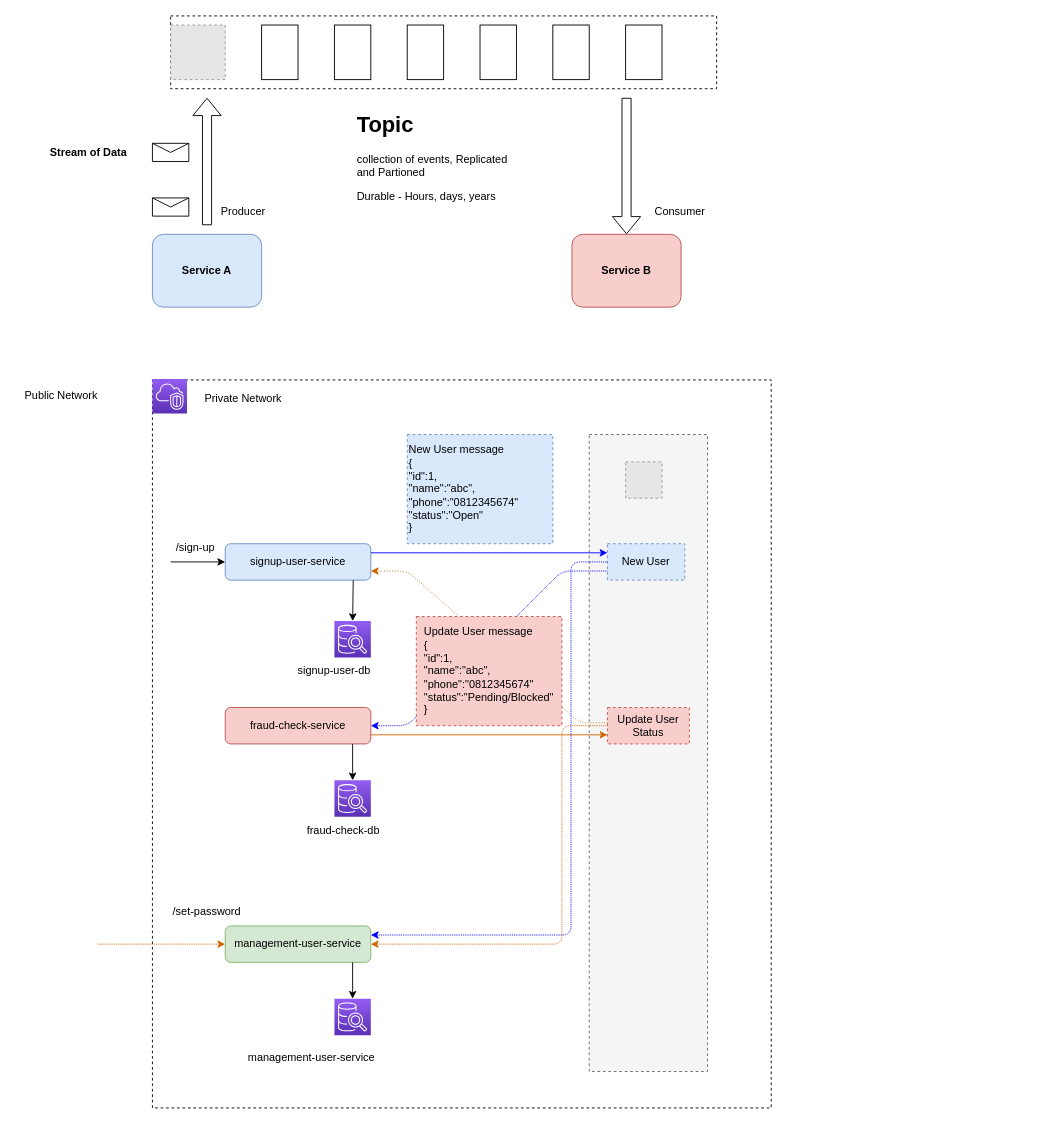
Above: kafka.drawio in josdoaitran/full-example-kafka-java-springboot (draw.io), before the change. Source tidied: cells renumbered, new cells numbered last; positions are measured from the earlier drawing's top-left corner, leaving out a move shared by most shapes. Both pictures are drawn from the tidied source at 91%, with x=0, y=0 at pixel (15, 15). Pictures stored in the file or linked from it are replaced by grey dashed boxes.
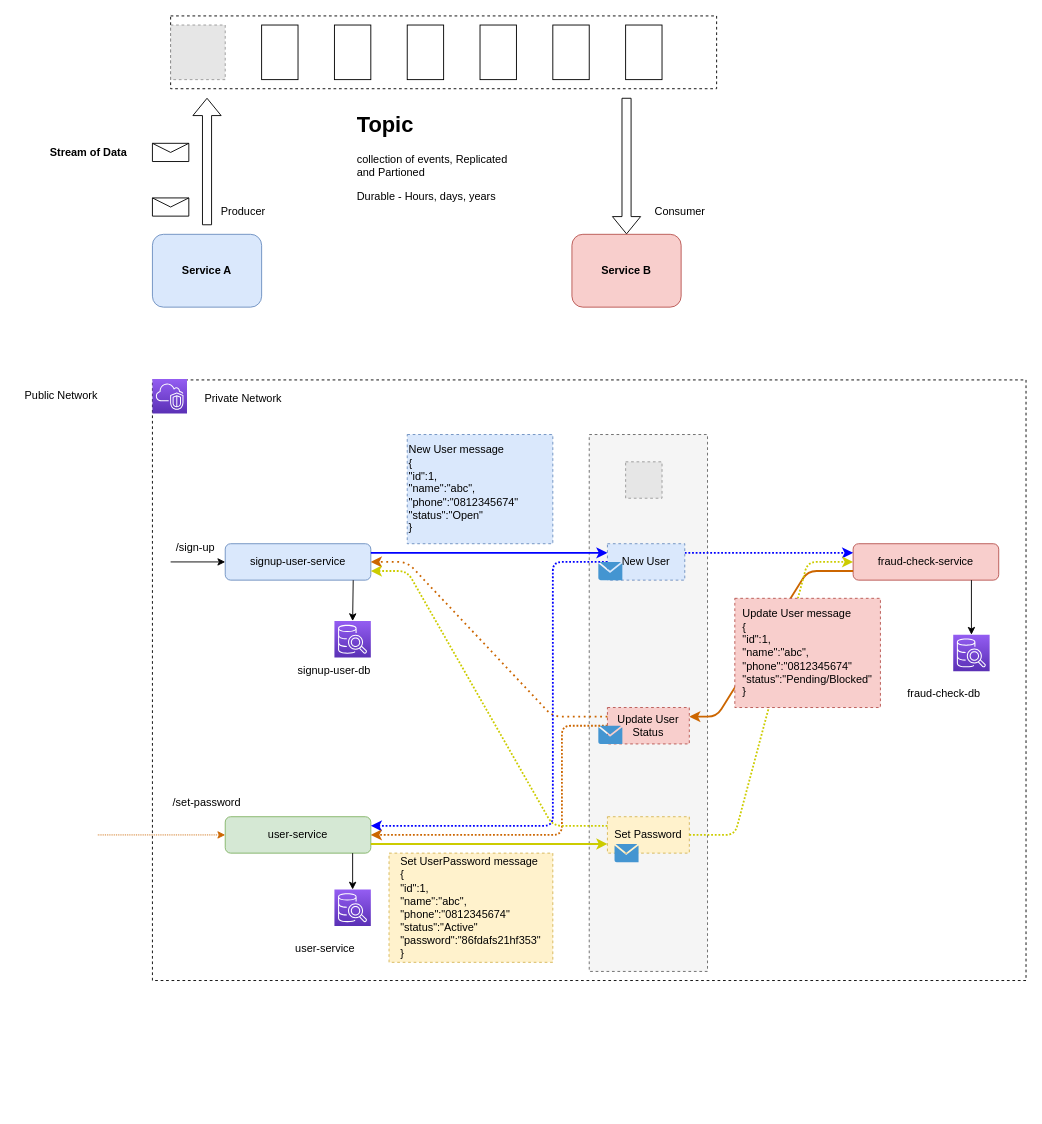
After the change.

Unchanged cells that the change refers to:
```xml
<mxCell id="3" value="&lt;span&gt;signup-user-service&lt;/span&gt;" style="rounded=1;whiteSpace=wrap;html=1;fillColor=#dae8fc;strokeColor=#6c8ebf;" parent="1" vertex="1">
  <mxGeometry x="230" y="580" width="160" height="40" as="geometry" />
</mxCell>
<mxCell id="37" value="New User" style="rounded=0;whiteSpace=wrap;html=1;dashed=1;fillColor=#dae8fc;strokeColor=#6c8ebf;" parent="1" vertex="1">
  <mxGeometry x="650" y="580" width="85" height="40" as="geometry" />
</mxCell>
<mxCell id="38" value="Update User Status" style="rounded=0;whiteSpace=wrap;html=1;dashed=1;fillColor=#f8cecc;strokeColor=#b85450;" parent="1" vertex="1">
  <mxGeometry x="650" y="760" width="90" height="40" as="geometry" />
</mxCell>
```

Diff of the diagram source:
```diff
@@
     <mxCell id="2" style="rounded=0;whiteSpace=wrap;html=1;fillColor=none;dashed=1;" parent="1" vertex="1">
-      <mxGeometry x="150" y="400" width="680" height="800" as="geometry" />
+      <mxGeometry x="150" y="400" width="960" height="660" as="geometry" />
     </mxCell>
@@
     <mxCell id="5" style="rounded=0;whiteSpace=wrap;html=1;fillColor=#f5f5f5;dashed=1;fontColor=#333333;strokeColor=#666666;" parent="1" vertex="1">
-      <mxGeometry x="630" y="460" width="130" height="700" as="geometry" />
+      <mxGeometry x="630" y="460" width="130" height="590" as="geometry" />
     </mxCell>
@@
-    <mxCell id="23" style="endArrow=classic;html=1;exitX=1;exitY=0.25;exitDx=0;exitDy=0;entryX=0;entryY=0.25;entryDx=0;entryDy=0;strokeColor=#0000FF;" parent="1" edge="1" source="3" target="37">
+    <mxCell id="23" style="endArrow=classic;html=1;exitX=1;exitY=0.25;exitDx=0;exitDy=0;entryX=0;entryY=0.25;entryDx=0;entryDy=0;strokeColor=#0000FF;strokeWidth=2;" parent="1" edge="1" source="3" target="37">
       <mxGeometry relative="1" as="geometry" />
     </mxCell>
@@
     <mxCell id="32" value="&lt;span&gt;fraud-check-service&lt;/span&gt;" style="rounded=1;whiteSpace=wrap;html=1;fillColor=#f8cecc;strokeColor=#b85450;" parent="1" vertex="1">
-      <mxGeometry x="230" y="760" width="160" height="40" as="geometry" />
+      <mxGeometry x="920" y="580" width="160" height="40" as="geometry" />
     </mxCell>
-    <mxCell id="33" style="endArrow=classic;html=1;entryX=1;entryY=0.5;entryDx=0;entryDy=0;exitX=0;exitY=0.75;exitDx=0;exitDy=0;dashed=1;dashPattern=1 1;strokeColor=#0000FF;" parent="1" edge="1" source="37" target="32">
+    <mxCell id="33" style="endArrow=classic;html=1;exitX=1;exitY=0.25;exitDx=0;exitDy=0;dashed=1;dashPattern=1 1;strokeColor=#0000FF;strokeWidth=2;entryX=0;entryY=0.25;entryDx=0;entryDy=0;" parent="1" edge="1" source="37" target="32">
       <mxGeometry relative="1" as="geometry">
         <Array as="points">
-          <mxPoint x="600" y="610" />
-          <mxPoint x="430" y="780" />
+          <mxPoint x="770" y="590" />
         </Array>
       </mxGeometry>
     </mxCell>
@@
     <mxCell id="35" style="sketch=0;points=[[0,0,0],[0.25,0,0],[0.5,0,0],[0.75,0,0],[1,0,0],[0,1,0],[0.25,1,0],[0.5,1,0],[0.75,1,0],[1,1,0],[0,0.25,0],[0,0.5,0],[0,0.75,0],[1,0.25,0],[1,0.5,0],[1,0.75,0]];outlineConnect=0;fontColor=#232F3E;gradientColor=#945DF2;gradientDirection=north;fillColor=#5A30B5;strokeColor=#ffffff;dashed=0;verticalLabelPosition=bottom;verticalAlign=top;align=center;html=1;fontSize=12;fontStyle=0;shape=mxgraph.aws4.resourceIcon;resIcon=mxgraph.aws4.sql_workbench;" parent="1" vertex="1">
-      <mxGeometry x="350" y="840" width="40" height="40" as="geometry" />
+      <mxGeometry x="1030" y="680" width="40" height="40" as="geometry" />
     </mxCell>
     <mxCell id="36" style="endArrow=classic;html=1;entryX=0.5;entryY=0;entryDx=0;entryDy=0;entryPerimeter=0;" parent="1" edge="1" target="35">
       <mxGeometry relative="1" as="geometry">
-        <mxPoint x="370" y="800" as="sourcePoint" />
+        <mxPoint x="1050" y="620" as="sourcePoint" />
       </mxGeometry>
     </mxCell>
@@
-    <mxCell id="39" style="endArrow=classic;html=1;exitX=1;exitY=0.75;exitDx=0;exitDy=0;strokeColor=#CC6600;" parent="1" edge="1" source="32">
+    <mxCell id="39" style="endArrow=classic;html=1;strokeColor=#CC6600;strokeWidth=2;entryX=1;entryY=0.25;entryDx=0;entryDy=0;exitX=0;exitY=0.75;exitDx=0;exitDy=0;" parent="1" edge="1" source="32" target="38">
       <mxGeometry relative="1" as="geometry">
-        <mxPoint x="650" y="790" as="targetPoint" />
+        <Array as="points">
+          <mxPoint x="870" y="610" />
+          <mxPoint x="770" y="770" />
+        </Array>
       </mxGeometry>
     </mxCell>
-    <mxCell id="40" style="endArrow=classic;html=1;exitX=0.005;exitY=0.417;exitDx=0;exitDy=0;exitPerimeter=0;dashed=1;dashPattern=1 2;strokeColor=#CC6600;" parent="1" edge="1" source="38">
+    <mxCell id="40" style="endArrow=classic;html=1;exitX=0;exitY=0.25;exitDx=0;exitDy=0;dashed=1;dashPattern=1 2;strokeColor=#CC6600;strokeWidth=2;entryX=1;entryY=0.5;entryDx=0;entryDy=0;" parent="1" edge="1" source="38" target="3">
       <mxGeometry relative="1" as="geometry">
-        <mxPoint x="390" y="610" as="targetPoint" />
         <Array as="points">
-          <mxPoint x="620" y="777" />
-          <mxPoint x="430" y="610" />
+          <mxPoint x="590" y="770" />
+          <mxPoint x="430" y="600" />
         </Array>
       </mxGeometry>
     </mxCell>
-    <mxCell id="41" value="&lt;div style=&quot;text-align: left&quot;&gt;&lt;span&gt;Update User message&lt;/span&gt;&lt;/div&gt;&lt;div style=&quot;text-align: left&quot;&gt;&lt;span&gt;{&lt;/span&gt;&lt;/div&gt;&lt;div style=&quot;text-align: left&quot;&gt;&lt;span&gt;&quot;id&quot;:1,&lt;br&gt;&quot;name&quot;:&quot;abc&quot;,&lt;br&gt;&quot;phone&quot;:&quot;0812345674&quot;&lt;br&gt;&quot;status&quot;:&quot;Pending/Blocked&quot;&lt;/span&gt;&lt;/div&gt;&lt;div style=&quot;text-align: left&quot;&gt;&lt;span&gt;}&lt;/span&gt;&lt;/div&gt;" style="text;html=1;strokeColor=#b85450;fillColor=#f8cecc;align=center;verticalAlign=middle;whiteSpace=wrap;rounded=0;dashed=1;" parent="1" vertex="1">
-      <mxGeometry x="440" y="660" width="160" height="120" as="geometry" />
-    </mxCell>
@@
     <mxCell id="43" value="fraud-check-db" style="text;html=1;strokeColor=none;fillColor=none;align=center;verticalAlign=middle;whiteSpace=wrap;rounded=0;" parent="1" vertex="1">
-      <mxGeometry x="310" y="880" width="100" height="30" as="geometry" />
+      <mxGeometry x="970" y="730" width="100" height="30" as="geometry" />
     </mxCell>
-    <mxCell id="44" value="&lt;span&gt;management-user-service&lt;/span&gt;" style="rounded=1;whiteSpace=wrap;html=1;fillColor=#d5e8d4;strokeColor=#82b366;" parent="1" vertex="1">
-      <mxGeometry x="230" y="1000" width="160" height="40" as="geometry" />
+    <mxCell id="44" value="&lt;span&gt;user-service&lt;/span&gt;" style="rounded=1;whiteSpace=wrap;html=1;fillColor=#d5e8d4;strokeColor=#82b366;" parent="1" vertex="1">
+      <mxGeometry x="230" y="880" width="160" height="40" as="geometry" />
     </mxCell>
     <mxCell id="45" style="sketch=0;points=[[0,0,0],[0.25,0,0],[0.5,0,0],[0.75,0,0],[1,0,0],[0,1,0],[0.25,1,0],[0.5,1,0],[0.75,1,0],[1,1,0],[0,0.25,0],[0,0.5,0],[0,0.75,0],[1,0.25,0],[1,0.5,0],[1,0.75,0]];outlineConnect=0;fontColor=#232F3E;gradientColor=#945DF2;gradientDirection=north;fillColor=#5A30B5;strokeColor=#ffffff;dashed=0;verticalLabelPosition=bottom;verticalAlign=top;align=center;html=1;fontSize=12;fontStyle=0;shape=mxgraph.aws4.resourceIcon;resIcon=mxgraph.aws4.sql_workbench;" parent="1" vertex="1">
-      <mxGeometry x="350" y="1080" width="40" height="40" as="geometry" />
+      <mxGeometry x="350" y="960" width="40" height="40" as="geometry" />
     </mxCell>
     <mxCell id="46" style="endArrow=classic;html=1;entryX=0.5;entryY=0;entryDx=0;entryDy=0;entryPerimeter=0;" parent="1" edge="1" target="45">
       <mxGeometry relative="1" as="geometry">
-        <mxPoint x="370" y="1040" as="sourcePoint" />
+        <mxPoint x="370" y="920" as="sourcePoint" />
       </mxGeometry>
     </mxCell>
-    <mxCell id="47" value="management-user-service" style="text;html=1;strokeColor=none;fillColor=none;align=center;verticalAlign=middle;whiteSpace=wrap;rounded=0;" parent="1" vertex="1">
-      <mxGeometry x="250" y="1130" width="150" height="30" as="geometry" />
+    <mxCell id="47" value="user-service" style="text;html=1;strokeColor=none;fillColor=none;align=center;verticalAlign=middle;whiteSpace=wrap;rounded=0;" parent="1" vertex="1">
+      <mxGeometry x="290" y="1010" width="100" height="30" as="geometry" />
     </mxCell>
-    <mxCell id="48" style="endArrow=classic;html=1;strokeColor=#0000FF;entryX=1;entryY=0.25;entryDx=0;entryDy=0;exitX=0;exitY=0.5;exitDx=0;exitDy=0;dashed=1;dashPattern=1 1;" parent="1" edge="1" source="37" target="44">
+    <mxCell id="48" style="endArrow=classic;html=1;strokeColor=#0000FF;entryX=1;entryY=0.25;entryDx=0;entryDy=0;exitX=0;exitY=0.5;exitDx=0;exitDy=0;dashed=1;dashPattern=1 1;strokeWidth=2;" parent="1" edge="1" source="37" target="44">
       <mxGeometry relative="1" as="geometry">
         <Array as="points">
-          <mxPoint x="610" y="600" />
-          <mxPoint x="610" y="1010" />
+          <mxPoint x="590" y="600" />
+          <mxPoint x="590" y="890" />
         </Array>
       </mxGeometry>
     </mxCell>
-    <mxCell id="49" style="endArrow=classic;html=1;dashed=1;dashPattern=1 1;strokeColor=#CC6600;entryX=1;entryY=0.5;entryDx=0;entryDy=0;exitX=0;exitY=0.5;exitDx=0;exitDy=0;" parent="1" edge="1" source="38" target="44">
+    <mxCell id="49" style="endArrow=classic;html=1;dashed=1;dashPattern=1 1;strokeColor=#CC6600;entryX=1;entryY=0.5;entryDx=0;entryDy=0;exitX=0;exitY=0.5;exitDx=0;exitDy=0;strokeWidth=2;" parent="1" edge="1" source="38" target="44">
       <mxGeometry relative="1" as="geometry">
         <Array as="points">
           <mxPoint x="600" y="780" />
-          <mxPoint x="600" y="1020" />
+          <mxPoint x="600" y="900" />
         </Array>
       </mxGeometry>
     </mxCell>
     <mxCell id="50" style="endArrow=classic;startArrow=none;html=1;dashed=1;dashPattern=1 1;strokeColor=#CC6600;entryX=0;entryY=0.5;entryDx=0;entryDy=0;startFill=0;" parent="1" edge="1" target="44">
       <mxGeometry relative="1" as="geometry">
-        <mxPoint x="90" y="1020" as="sourcePoint" />
+        <mxPoint x="90" y="900" as="sourcePoint" />
       </mxGeometry>
     </mxCell>
     <mxCell id="51" value="/set-password" style="text;html=1;strokeColor=none;fillColor=none;align=center;verticalAlign=middle;whiteSpace=wrap;rounded=0;" parent="1" vertex="1">
-      <mxGeometry x="160" y="970" width="100" height="30" as="geometry" />
+      <mxGeometry x="160" y="850" width="100" height="30" as="geometry" />
     </mxCell>
+    <mxCell id="52" value="&lt;div style=&quot;text-align: left&quot;&gt;&lt;span&gt;Set UserPassword message&lt;/span&gt;&lt;/div&gt;&lt;div style=&quot;text-align: left&quot;&gt;&lt;span&gt;{&lt;/span&gt;&lt;/div&gt;&lt;div style=&quot;text-align: left&quot;&gt;&lt;span&gt;&quot;id&quot;:1,&lt;br&gt;&quot;name&quot;:&quot;abc&quot;,&lt;br&gt;&quot;phone&quot;:&quot;0812345674&quot;&lt;br&gt;&quot;status&quot;:&quot;Active&quot;&lt;/span&gt;&lt;/div&gt;&lt;div style=&quot;text-align: left&quot;&gt;&lt;span&gt;&quot;password&quot;:&quot;86fdafs21hf353&quot;&lt;/span&gt;&lt;/div&gt;&lt;div style=&quot;text-align: left&quot;&gt;&lt;span&gt;}&lt;/span&gt;&lt;/div&gt;" style="text;html=1;strokeColor=#d6b656;fillColor=#fff2cc;align=center;verticalAlign=middle;whiteSpace=wrap;rounded=0;dashed=1;" parent="1" vertex="1">
+      <mxGeometry x="410" y="920" width="180" height="120" as="geometry" />
+    </mxCell>
+    <mxCell id="53" value="Set Password" style="rounded=0;whiteSpace=wrap;html=1;dashed=1;fillColor=#fff2cc;strokeColor=#d6b656;" parent="1" vertex="1">
+      <mxGeometry x="650" y="880" width="90" height="40" as="geometry" />
+    </mxCell>
+    <mxCell id="54" style="shadow=0;dashed=0;html=1;strokeColor=none;fillColor=#4495D1;labelPosition=center;verticalLabelPosition=bottom;verticalAlign=top;align=center;shape=mxgraph.veeam.2d.letter;" parent="1" vertex="1">
+      <mxGeometry x="657.8" y="910" width="26.4" height="20" as="geometry" />
+    </mxCell>
+    <mxCell id="55" style="shadow=0;dashed=0;html=1;strokeColor=none;fillColor=#4495D1;labelPosition=center;verticalLabelPosition=bottom;verticalAlign=top;align=center;shape=mxgraph.veeam.2d.letter;" parent="1" vertex="1">
+      <mxGeometry x="640" y="780" width="26.4" height="20" as="geometry" />
+    </mxCell>
+    <mxCell id="56" style="shadow=0;dashed=0;html=1;strokeColor=none;fillColor=#4495D1;labelPosition=center;verticalLabelPosition=bottom;verticalAlign=top;align=center;shape=mxgraph.veeam.2d.letter;" parent="1" vertex="1">
+      <mxGeometry x="640" y="600" width="26.4" height="20" as="geometry" />
+    </mxCell>
+    <mxCell id="57" style="endArrow=classic;html=1;exitX=1;exitY=0.75;exitDx=0;exitDy=0;strokeColor=#CCCC00;strokeWidth=2;" parent="1" edge="1">
+      <mxGeometry relative="1" as="geometry">
+        <mxPoint x="390" y="910" as="sourcePoint" />
+        <mxPoint x="650" y="910" as="targetPoint" />
+      </mxGeometry>
+    </mxCell>
+    <mxCell id="58" style="endArrow=classic;html=1;strokeColor=#CCCC00;strokeWidth=2;exitX=0;exitY=0.25;exitDx=0;exitDy=0;dashed=1;dashPattern=1 1;" parent="1" edge="1" source="53">
+      <mxGeometry relative="1" as="geometry">
+        <mxPoint x="390" y="610" as="targetPoint" />
+        <Array as="points">
+          <mxPoint x="590" y="890" />
+          <mxPoint x="430" y="610" />
+        </Array>
+      </mxGeometry>
+    </mxCell>
+    <mxCell id="59" style="endArrow=classic;html=1;strokeColor=#CCCC00;strokeWidth=2;exitX=1;exitY=0.5;exitDx=0;exitDy=0;dashed=1;dashPattern=1 1;entryX=0;entryY=0.5;entryDx=0;entryDy=0;" parent="1" edge="1" source="53" target="32">
+      <mxGeometry relative="1" as="geometry">
+        <Array as="points">
+          <mxPoint x="790" y="900" />
+          <mxPoint x="870" y="600" />
+        </Array>
+      </mxGeometry>
+    </mxCell>
+    <mxCell id="41" value="&lt;div style=&quot;text-align: left&quot;&gt;&lt;span&gt;Update User message&lt;/span&gt;&lt;/div&gt;&lt;div style=&quot;text-align: left&quot;&gt;&lt;span&gt;{&lt;/span&gt;&lt;/div&gt;&lt;div style=&quot;text-align: left&quot;&gt;&lt;span&gt;&quot;id&quot;:1,&lt;br&gt;&quot;name&quot;:&quot;abc&quot;,&lt;br&gt;&quot;phone&quot;:&quot;0812345674&quot;&lt;br&gt;&quot;status&quot;:&quot;Pending/Blocked&quot;&lt;/span&gt;&lt;/div&gt;&lt;div style=&quot;text-align: left&quot;&gt;&lt;span&gt;}&lt;/span&gt;&lt;/div&gt;" style="text;html=1;strokeColor=#b85450;fillColor=#f8cecc;align=center;verticalAlign=middle;whiteSpace=wrap;rounded=0;dashed=1;" parent="1" vertex="1">
+      <mxGeometry x="790" y="640" width="160" height="120" as="geometry" />
+    </mxCell>
```
